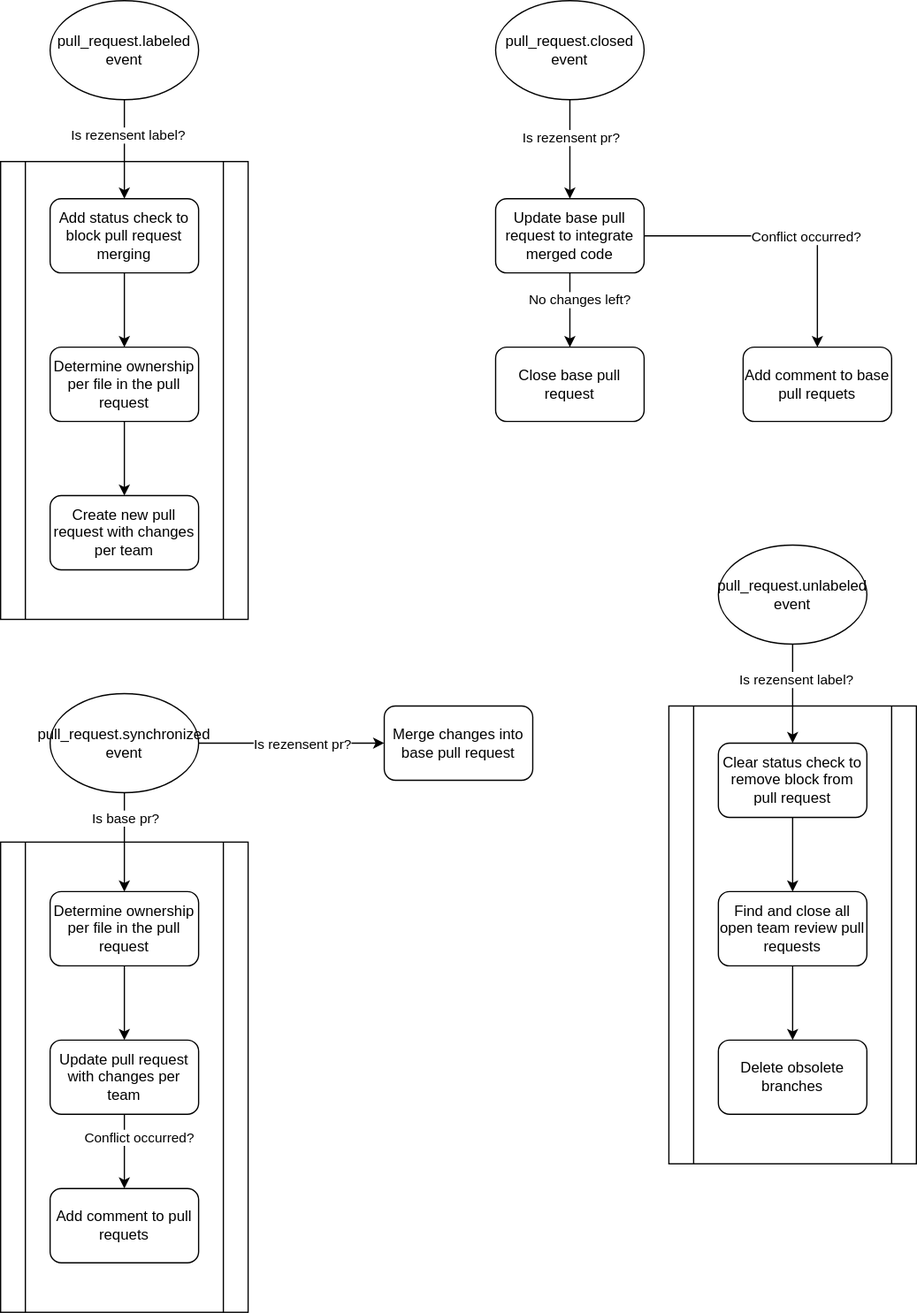
Above: docs/process.drawio.svg in KnisterPeter/rezensent (draw.io), before the change. Source tidied: cells renumbered, new cells last; positions are measured from the earlier drawing's top-left corner, leaving out a move shared by most shapes.
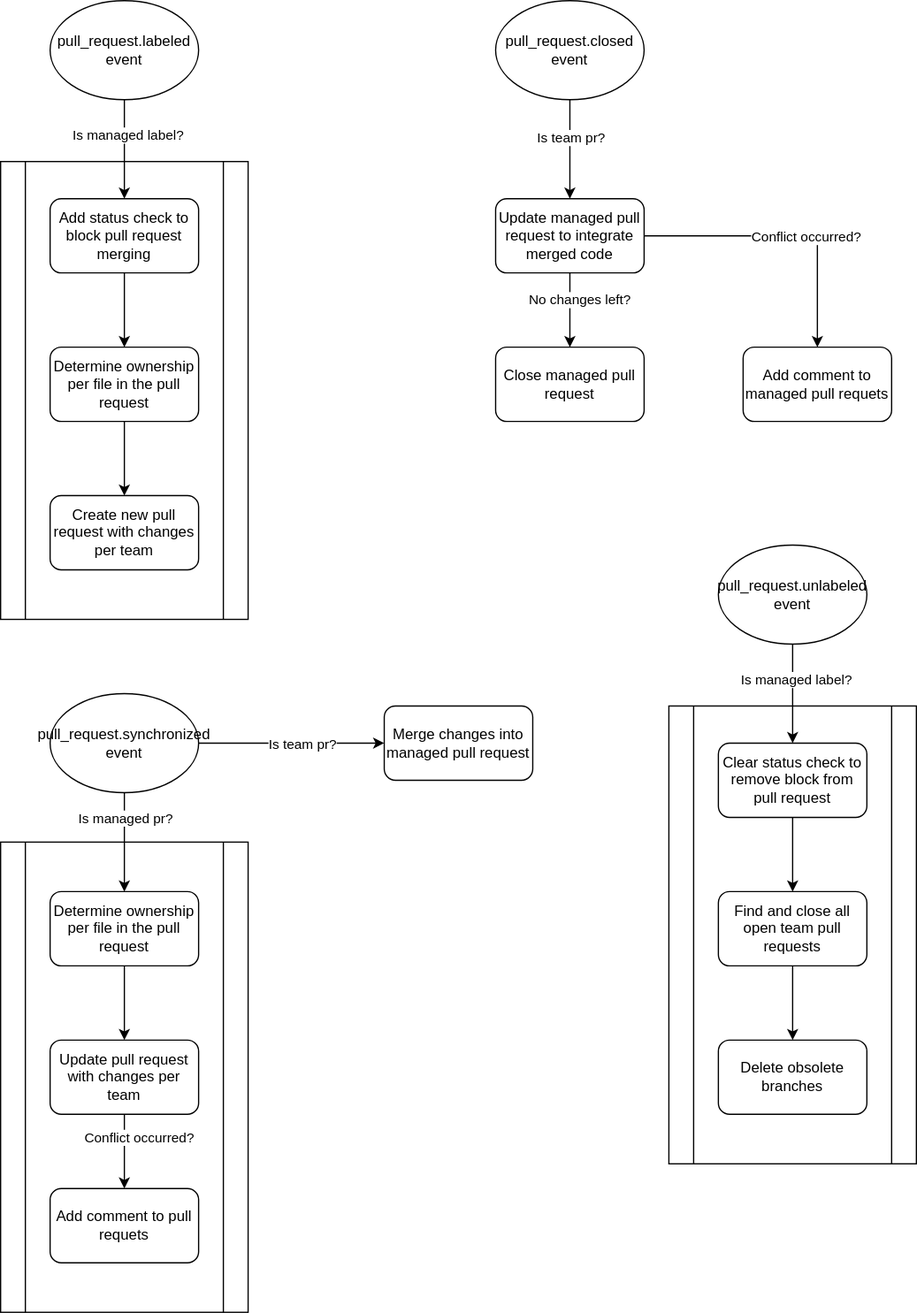
After the commit.

Change to the diagram source:
```diff
@@ -39,16 +39,16 @@
         <mxPoint x="46" y="1" as="offset" />
       </mxGeometry>
     </mxCell>
-    <mxCell id="13" value="Update base pull request to integrate merged code" style="rounded=1;whiteSpace=wrap;html=1;" parent="1" vertex="1">
+    <mxCell id="13" value="Update managed pull request to integrate merged code" style="rounded=1;whiteSpace=wrap;html=1;" parent="1" vertex="1">
       <mxGeometry x="400" y="160" width="120" height="60" as="geometry" />
     </mxCell>
-    <mxCell id="14" value="Close base pull request" style="rounded=1;whiteSpace=wrap;html=1;" parent="1" vertex="1">
+    <mxCell id="14" value="Close managed pull request" style="rounded=1;whiteSpace=wrap;html=1;" parent="1" vertex="1">
       <mxGeometry x="400" y="280" width="120" height="60" as="geometry" />
     </mxCell>
     <mxCell id="15" style="edgeStyle=orthogonalEdgeStyle;rounded=0;jettySize=auto;html=1;entryX=0.5;entryY=0;entryDx=0;entryDy=0;" parent="1" edge="1" source="17" target="5">
       <mxGeometry relative="1" as="geometry" />
     </mxCell>
-    <mxCell id="16" value="Is rezensent label?" style="edgeLabel;html=1;align=center;verticalAlign=middle;" parent="15" vertex="1">
+    <mxCell id="16" value="Is managed label?" style="edgeLabel;html=1;align=center;verticalAlign=middle;" parent="15" vertex="1">
       <mxGeometry x="-0.3" y="2" relative="1" as="geometry" />
     </mxCell>
     <mxCell id="17" value="pull_request.labeled event" style="ellipse;whiteSpace=wrap;html=1;" parent="1" vertex="1">
@@ -57,19 +57,19 @@
     <mxCell id="18" style="edgeStyle=orthogonalEdgeStyle;rounded=0;jettySize=auto;html=1;entryX=0.5;entryY=0;entryDx=0;entryDy=0;" parent="1" edge="1" source="20" target="13">
       <mxGeometry relative="1" as="geometry" />
     </mxCell>
-    <mxCell id="19" value="Is rezensent pr?" style="edgeLabel;html=1;align=center;verticalAlign=middle;" parent="18" vertex="1">
+    <mxCell id="19" value="Is team pr?" style="edgeLabel;html=1;align=center;verticalAlign=middle;" parent="18" vertex="1">
       <mxGeometry x="-0.24" relative="1" as="geometry" />
     </mxCell>
     <mxCell id="20" value="pull_request.closed event" style="ellipse;whiteSpace=wrap;html=1;" parent="1" vertex="1">
       <mxGeometry x="400" width="120" height="80" as="geometry" />
     </mxCell>
-    <mxCell id="21" value="Add comment to base pull requets" style="whiteSpace=wrap;html=1;rounded=1;" parent="1" vertex="1">
+    <mxCell id="21" value="Add comment to managed pull requets" style="whiteSpace=wrap;html=1;rounded=1;" parent="1" vertex="1">
       <mxGeometry x="600" y="280" width="120" height="60" as="geometry" />
     </mxCell>
     <mxCell id="22" style="edgeStyle=orthogonalEdgeStyle;rounded=0;jettySize=auto;html=1;entryX=0.5;entryY=0;entryDx=0;entryDy=0;" parent="1" edge="1" source="26" target="28">
       <mxGeometry relative="1" as="geometry" />
     </mxCell>
-    <mxCell id="23" value="Is base pr?" style="edgeLabel;html=1;align=center;verticalAlign=middle;" parent="22" vertex="1">
+    <mxCell id="23" value="Is managed pr?" style="edgeLabel;html=1;align=center;verticalAlign=middle;" parent="22" vertex="1">
       <mxGeometry x="-0.25" y="-2" relative="1" as="geometry">
         <mxPoint x="2" y="-10" as="offset" />
       </mxGeometry>
@@ -77,7 +77,7 @@
     <mxCell id="24" style="edgeStyle=orthogonalEdgeStyle;rounded=0;jettySize=auto;html=1;entryX=0;entryY=0.5;entryDx=0;entryDy=0;" parent="1" edge="1" source="26" target="33">
       <mxGeometry relative="1" as="geometry" />
     </mxCell>
-    <mxCell id="25" value="Is rezensent pr?" style="edgeLabel;html=1;align=center;verticalAlign=middle;" parent="24" vertex="1">
+    <mxCell id="25" value="Is team pr?" style="edgeLabel;html=1;align=center;verticalAlign=middle;" parent="24" vertex="1">
       <mxGeometry x="-0.33" y="-3" relative="1" as="geometry">
         <mxPoint x="33" y="-3" as="offset" />
       </mxGeometry>
@@ -105,7 +105,7 @@
     <mxCell id="32" value="&lt;span&gt;Add comment to pull requets&lt;/span&gt;" style="whiteSpace=wrap;html=1;rounded=1;" parent="1" vertex="1">
       <mxGeometry x="40" y="960" width="120" height="60" as="geometry" />
     </mxCell>
-    <mxCell id="33" value="Merge changes into base pull request" style="rounded=1;whiteSpace=wrap;html=1;" parent="1" vertex="1">
+    <mxCell id="33" value="Merge changes into managed pull request" style="rounded=1;whiteSpace=wrap;html=1;" parent="1" vertex="1">
       <mxGeometry x="310" y="570" width="120" height="60" as="geometry" />
     </mxCell>
     <mxCell id="34" style="shape=process;whiteSpace=wrap;html=1;backgroundOutline=1;" parent="1" vertex="1">
@@ -120,7 +120,7 @@
     <mxCell id="37" style="edgeStyle=orthogonalEdgeStyle;rounded=0;jettySize=auto;html=1;entryX=0.5;entryY=0;entryDx=0;entryDy=0;" parent="1" edge="1" source="38" target="39">
       <mxGeometry relative="1" as="geometry" />
     </mxCell>
-    <mxCell id="38" value="Find and close all open team review pull requests" style="rounded=1;whiteSpace=wrap;html=1;" parent="1" vertex="1">
+    <mxCell id="38" value="Find and close all open team pull requests" style="rounded=1;whiteSpace=wrap;html=1;" parent="1" vertex="1">
       <mxGeometry x="580" y="720" width="120" height="60" as="geometry" />
     </mxCell>
     <mxCell id="39" value="Delete obsolete branches" style="rounded=1;whiteSpace=wrap;html=1;" parent="1" vertex="1">
@@ -129,7 +129,7 @@
     <mxCell id="40" style="edgeStyle=orthogonalEdgeStyle;rounded=0;jettySize=auto;html=1;entryX=0.5;entryY=0;entryDx=0;entryDy=0;" parent="1" edge="1" source="42" target="36">
       <mxGeometry relative="1" as="geometry" />
     </mxCell>
-    <mxCell id="41" value="Is rezensent label?" style="edgeLabel;html=1;align=center;verticalAlign=middle;" parent="40" vertex="1">
+    <mxCell id="41" value="Is managed label?" style="edgeLabel;html=1;align=center;verticalAlign=middle;" parent="40" vertex="1">
       <mxGeometry x="-0.3" y="2" relative="1" as="geometry" />
     </mxCell>
     <mxCell id="42" value="pull_request.unlabeled event" style="ellipse;whiteSpace=wrap;html=1;" parent="1" vertex="1">
```
